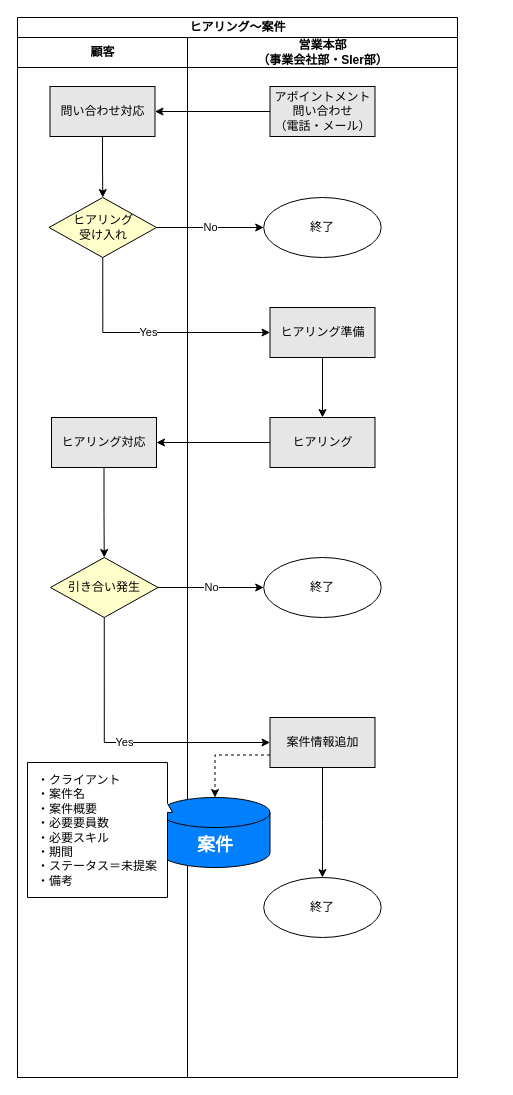
Earlier version of the draw.io diagram page "ヒアリング～案件" (3 of 6) of 20230622To-Be業務フロー図.drawio (TaikiHorita/TaikiRepository). Source tidied: cells renumbered, new cells numbered last; positions are measured from the earlier drawing's top-left corner, leaving out a move shared by most shapes. Both pictures are drawn from the tidied source at 100%, with x=0, y=0 at pixel (17, 17).
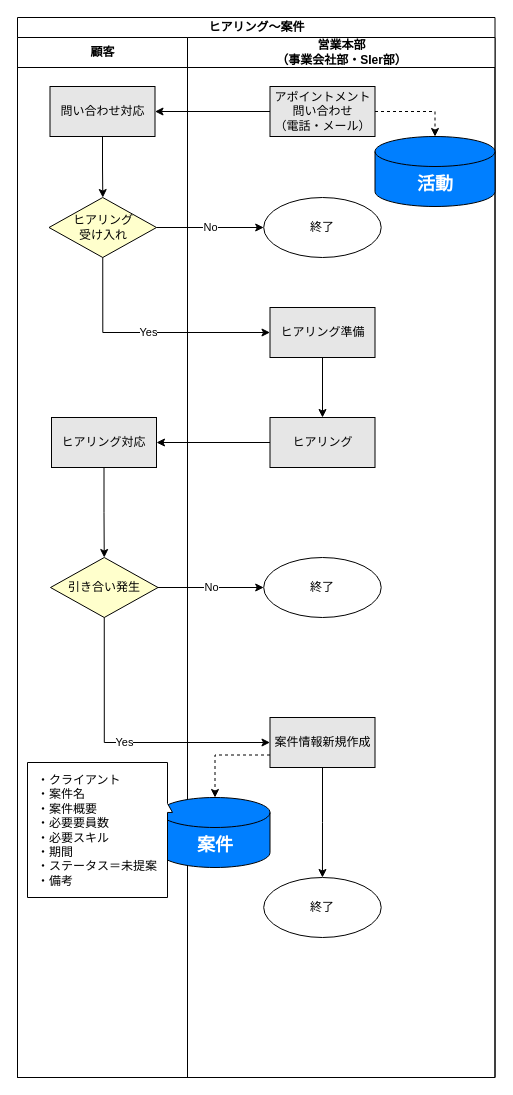
The same diagram, later.

Unchanged cells that the change refers to:
```xml
<mxCell id="18" value="アポイントメント&lt;br&gt;問い合わせ&lt;br&gt;（電話・メール）" style="rounded=0;whiteSpace=wrap;html=1;fillColor=#E6E6E6;" parent="10" vertex="1">
  <mxGeometry x="82.5" y="49" width="105" height="50" as="geometry" />
</mxCell>
```

Change to the diagram source:
```diff
@@
     <mxCell id="2" value="ヒアリング～案件" style="swimlane;startSize=20;html=1;" parent="1" vertex="1">
-      <mxGeometry width="440" height="1060" as="geometry" />
+      <mxGeometry width="477.5" height="1060" as="geometry" />
     </mxCell>
@@
     <mxCell id="10" value="営業本部&lt;br&gt;（事業会社部・SIer部）" style="swimlane;startSize=30;html=1;" parent="2" vertex="1">
-      <mxGeometry x="170" y="20" width="270" height="1040" as="geometry" />
+      <mxGeometry x="170" y="20" width="307.5" height="1040" as="geometry" />
     </mxCell>
@@
+    <mxCell id="29" style="edgeStyle=orthogonalEdgeStyle;rounded=0;jettySize=auto;html=1;exitX=1;exitY=0.5;exitDx=0;exitDy=0;entryX=0.5;entryY=0;entryDx=0;entryDy=0;entryPerimeter=0;dashed=1;" parent="10" edge="1" source="18" target="30">
+      <mxGeometry relative="1" as="geometry" />
+    </mxCell>
@@
-    <mxCell id="21" value="案件情報追加" style="rounded=0;whiteSpace=wrap;html=1;fillColor=#E6E6E6;" parent="10" vertex="1">
+    <mxCell id="21" value="案件情報新規作成" style="rounded=0;whiteSpace=wrap;html=1;fillColor=#E6E6E6;" parent="10" vertex="1">
       <mxGeometry x="82.5" y="680" width="105" height="50" as="geometry" />
     </mxCell>
@@
+    <mxCell id="30" value="&lt;b&gt;&lt;font style=&quot;font-size: 18px;&quot; color=&quot;#ffffff&quot;&gt;活動&lt;/font&gt;&lt;/b&gt;" style="shape=cylinder3;whiteSpace=wrap;html=1;boundedLbl=1;backgroundOutline=1;size=15;fillColor=#007FFF;" parent="10" vertex="1">
+      <mxGeometry x="187.5" y="99" width="120" height="70" as="geometry" />
+    </mxCell>
```
